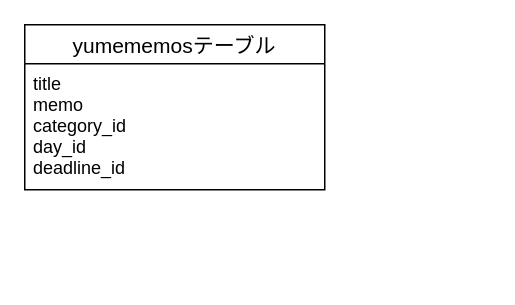
This is er.dio from a-chikara/yumememo, a draw.io file, before an edit. Source tidied: cells renumbered, new cells numbered last; positions are measured from the earlier drawing's top-left corner, leaving out a move shared by most shapes. Both pictures are drawn from the tidied source at 150%, with x=0, y=0 at pixel (24, 24).
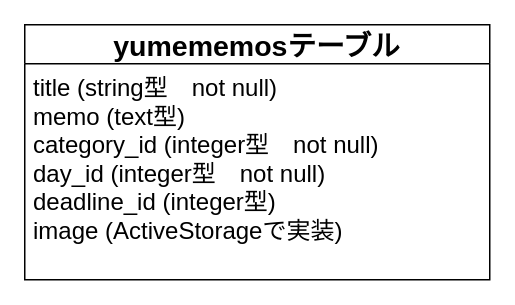
After the change.

Diff of the diagram source:
```diff
@@
 <mxGraphModel>
   <root>
     <mxCell id="0" />
     <mxCell id="1" parent="0" />
-    <mxCell id="2" value="yumememosテーブル" style="swimlane;fontStyle=0;horizontal=1;startSize=26;align=center;fontSize=14;" parent="1" vertex="1">
-      <mxGeometry width="200" height="110" as="geometry" />
+    <mxCell id="2" value="yumememosテーブル" style="swimlane;fontStyle=1;horizontal=1;startSize=26;align=center;fontSize=19;" parent="1" vertex="1">
+      <mxGeometry width="310" height="170" as="geometry" />
     </mxCell>
-    <mxCell id="3" value="title&#10;memo&#10;category_id&#10;day_id&#10;deadline_id" style="text;strokeColor=none;fillColor=none;spacingLeft=4;spacingRight=4;overflow=hidden;fontSize=12;" parent="2" vertex="1">
-      <mxGeometry y="26" width="200" height="84" as="geometry" />
+    <mxCell id="3" value="title (string型　not null)  &#10;memo (text型) &#10;category_id (integer型　not null)&#10;day_id (integer型　not null)&#10;deadline_id (integer型)&#10;image (ActiveStorageで実装)" style="text;strokeColor=none;fillColor=none;spacingLeft=4;spacingRight=4;overflow=hidden;fontSize=16;" parent="2" vertex="1">
+      <mxGeometry y="26" width="310" height="144" as="geometry" />
     </mxCell>
   </root>
 </mxGraphModel>
```
